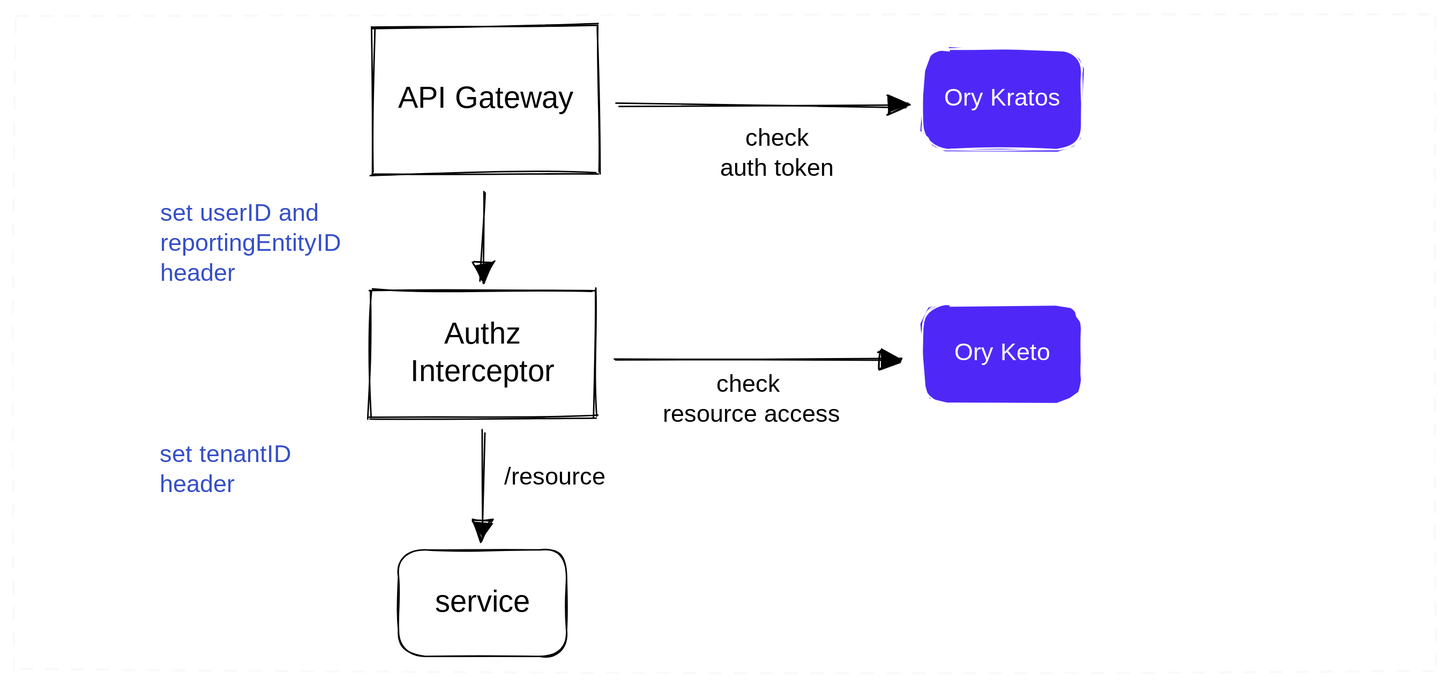
ticctech/docs keeps this Excalidraw diagram as .gitbook/assets/file.excalidraw.svg. Above is the earlier version. Source tidied: one line per element, renumbered; positions are measured from the earlier drawing's top-left corner, leaving out a move shared by most shapes.
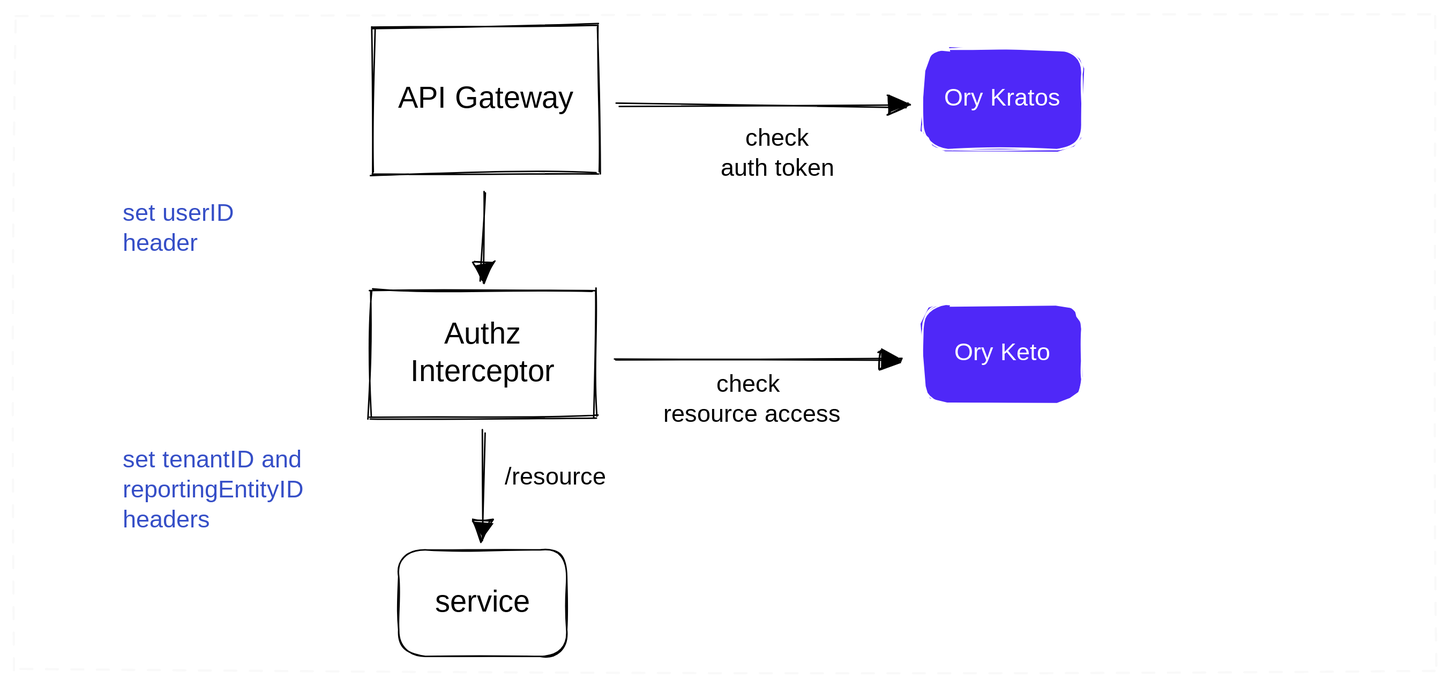
The same diagram one commit later.

Commit message:
GitBook: [#46] No subject

Change to the diagram source:
```diff
@@ -16,5 +16,5 @@
 {"id": 15, "type": "text", "text": "service", "strokeColor": "#000000", "strokeWidth": 1, "roughness": 1, "fontSize": 20, "fontFamily": 1, "textAlign": "center", "verticalAlign": "middle", "inside": 14, "x": 278, "y": 379, "width": 68, "height": 25}
 {"id": 16, "type": "arrow", "strokeColor": "#000000", "strokeWidth": 1, "roughness": 1, "endArrowhead": "triangle", "from": 7, "to": 14, "x": 312, "y": 277, "width": 1, "height": 72, "points": [[0, 0], [-1, 72]]}
 {"id": 17, "type": "text", "text": "/resource", "strokeColor": "#000000", "backgroundColor": "#4f28f8", "fillStyle": "solid", "strokeWidth": 1, "roughness": 1, "fontSize": 16, "fontFamily": 1, "textAlign": "center", "x": 322, "y": 299, "width": 76, "height": 20}
-{"id": 18, "type": "text", "text": "set tenantID\nheader", "strokeColor": "#364fc7", "backgroundColor": "#82c91e", "fillStyle": "solid", "strokeWidth": 1, "roughness": 1, "fontSize": 16, "fontFamily": 1, "x": 96, "y": 284, "width": 109, "height": 40}
+{"id": 18, "type": "text", "text": "set tenantID and \nreportingEntityID\nheaders", "strokeColor": "#364fc7", "backgroundColor": "#82c91e", "fillStyle": "solid", "strokeWidth": 1, "roughness": 1, "fontSize": 16, "fontFamily": 1, "x": 72, "y": 288, "width": 152, "height": 60}
-{"id": 19, "type": "text", "text": "set userID and\nreportingEntityID\nheader", "strokeColor": "#364fc7", "backgroundColor": "#82c91e", "fillStyle": "solid", "strokeWidth": 1, "roughness": 1, "fontSize": 16, "fontFamily": 1, "x": 97, "y": 123, "width": 137, "height": 60}
+{"id": 19, "type": "text", "text": "set userID\nheader", "strokeColor": "#364fc7", "backgroundColor": "#82c91e", "fillStyle": "solid", "strokeWidth": 1, "roughness": 1, "fontSize": 16, "fontFamily": 1, "x": 72, "y": 123, "width": 90, "height": 40}
```
